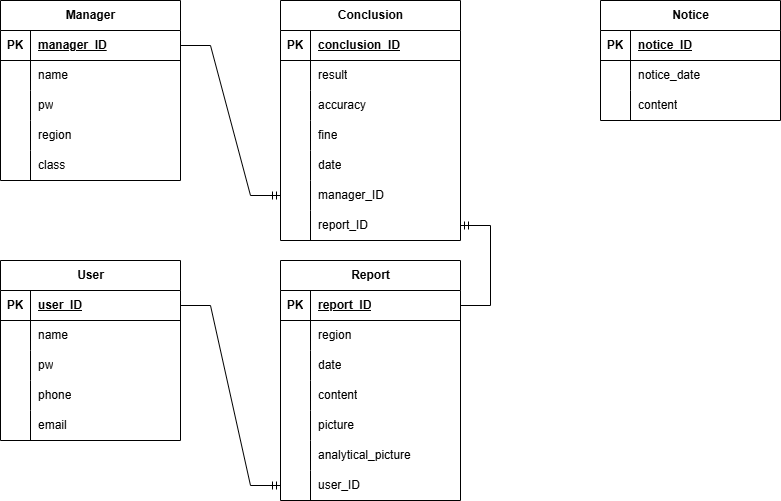
ParkerQH/Kyonggi-Traffic-Solution_Web keeps this draw.io diagram as Kyonggi Traffic Solution.drawio.png. Above is the earlier version. Source tidied: cells renumbered, new cells last; positions are measured from the earlier drawing's top-left corner, leaving out a move shared by most shapes.
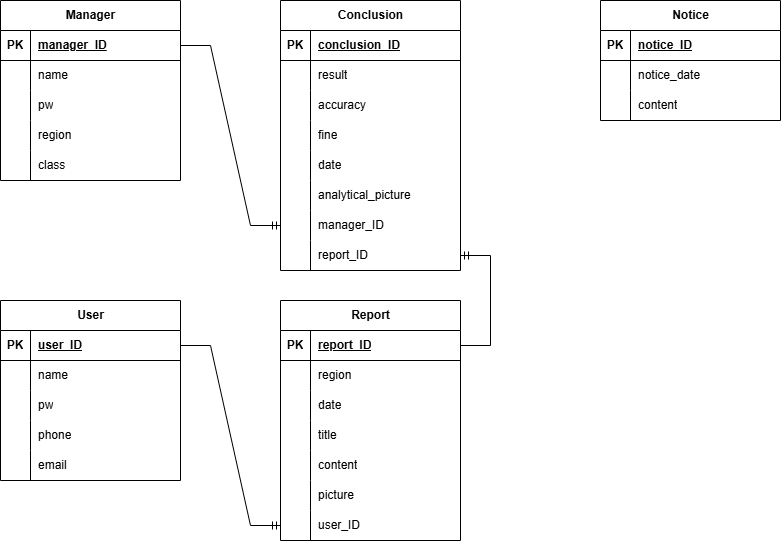
After the commit.

Diff of the diagram source:
```diff
@@ -51,7 +51,7 @@
       <mxGeometry x="30" width="150" height="30" as="geometry" />
     </mxCell>
     <mxCell id="18" value="User" style="shape=table;startSize=30;rowLines=0;fontStyle=1;align=center;html=1;" parent="1" vertex="1">
-      <mxGeometry y="260" width="180" height="180" as="geometry" />
+      <mxGeometry y="300" width="180" height="180" as="geometry" />
     </mxCell>
     <mxCell id="19" style="shape=tableRow;horizontal=0;startSize=0;swimlaneHead=0;swimlaneBody=0;fillColor=none;points=[[0,0.5],[1,0.5]];portConstraint=eastwest;top=0;left=0;right=0;bottom=1;" parent="18" vertex="1">
       <mxGeometry y="30" width="180" height="30" as="geometry" />
@@ -99,7 +99,7 @@
       <mxGeometry x="30" width="150" height="30" as="geometry" />
     </mxCell>
     <mxCell id="34" value="Report" style="shape=table;startSize=30;rowLines=0;fontStyle=1;align=center;html=1;" parent="1" vertex="1">
-      <mxGeometry x="280" y="260" width="180" height="240" as="geometry" />
+      <mxGeometry x="280" y="300" width="180" height="240" as="geometry" />
     </mxCell>
     <mxCell id="35" style="shape=tableRow;horizontal=0;startSize=0;swimlaneHead=0;swimlaneBody=0;fillColor=none;points=[[0,0.5],[1,0.5]];portConstraint=eastwest;top=0;left=0;right=0;bottom=1;" parent="34" vertex="1">
       <mxGeometry y="30" width="180" height="30" as="geometry" />
@@ -128,8 +128,17 @@
     <mxCell id="43" value="date" style="shape=partialRectangle;fillColor=none;top=0;left=0;bottom=0;right=0;align=left;spacingLeft=6;overflow=hidden;whiteSpace=wrap;html=1;" parent="41" vertex="1">
       <mxGeometry x="30" width="150" height="30" as="geometry" />
     </mxCell>
+    <mxCell id="91" style="shape=tableRow;horizontal=0;startSize=0;swimlaneHead=0;swimlaneBody=0;fillColor=none;top=0;left=0;right=0;bottom=0;" parent="34" vertex="1">
+      <mxGeometry y="120" width="180" height="30" as="geometry" />
+    </mxCell>
+    <mxCell id="92" style="shape=partialRectangle;fillColor=none;top=0;left=0;bottom=0;right=0;overflow=hidden;whiteSpace=wrap;html=1;" parent="91" vertex="1">
+      <mxGeometry width="30" height="30" as="geometry" />
+    </mxCell>
+    <mxCell id="93" value="title" style="shape=partialRectangle;fillColor=none;top=0;left=0;bottom=0;right=0;align=left;spacingLeft=6;overflow=hidden;whiteSpace=wrap;html=1;" parent="91" vertex="1">
+      <mxGeometry x="30" width="150" height="30" as="geometry" />
+    </mxCell>
     <mxCell id="44" style="shape=tableRow;horizontal=0;startSize=0;swimlaneHead=0;swimlaneBody=0;fillColor=none;top=0;left=0;right=0;bottom=0;" parent="34" vertex="1">
-      <mxGeometry y="120" width="180" height="30" as="geometry" />
+      <mxGeometry y="150" width="180" height="30" as="geometry" />
     </mxCell>
     <mxCell id="45" style="shape=partialRectangle;fillColor=none;top=0;left=0;bottom=0;right=0;overflow=hidden;whiteSpace=wrap;html=1;" parent="44" vertex="1">
       <mxGeometry width="30" height="30" as="geometry" />
@@ -138,7 +147,7 @@
       <mxGeometry x="30" width="150" height="30" as="geometry" />
     </mxCell>
     <mxCell id="47" style="shape=tableRow;horizontal=0;startSize=0;swimlaneHead=0;swimlaneBody=0;fillColor=none;top=0;left=0;right=0;bottom=0;" parent="34" vertex="1">
-      <mxGeometry y="150" width="180" height="30" as="geometry" />
+      <mxGeometry y="180" width="180" height="30" as="geometry" />
     </mxCell>
     <mxCell id="48" style="shape=partialRectangle;fillColor=none;top=0;left=0;bottom=0;right=0;overflow=hidden;whiteSpace=wrap;html=1;" parent="47" vertex="1">
       <mxGeometry width="30" height="30" as="geometry" />
@@ -146,15 +155,6 @@
     <mxCell id="49" value="picture" style="shape=partialRectangle;fillColor=none;top=0;left=0;bottom=0;right=0;align=left;spacingLeft=6;overflow=hidden;whiteSpace=wrap;html=1;" parent="47" vertex="1">
       <mxGeometry x="30" width="150" height="30" as="geometry" />
     </mxCell>
-    <mxCell id="50" style="shape=tableRow;horizontal=0;startSize=0;swimlaneHead=0;swimlaneBody=0;fillColor=none;top=0;left=0;right=0;bottom=0;" parent="34" vertex="1">
-      <mxGeometry y="180" width="180" height="30" as="geometry" />
-    </mxCell>
-    <mxCell id="51" style="shape=partialRectangle;fillColor=none;top=0;left=0;bottom=0;right=0;overflow=hidden;whiteSpace=wrap;html=1;" parent="50" vertex="1">
-      <mxGeometry width="30" height="30" as="geometry" />
-    </mxCell>
-    <mxCell id="52" value="analytical_picture" style="shape=partialRectangle;fillColor=none;top=0;left=0;bottom=0;right=0;align=left;spacingLeft=6;overflow=hidden;whiteSpace=wrap;html=1;" parent="50" vertex="1">
-      <mxGeometry x="30" width="150" height="30" as="geometry" />
-    </mxCell>
     <mxCell id="53" style="shape=tableRow;horizontal=0;startSize=0;swimlaneHead=0;swimlaneBody=0;fillColor=none;points=[[0,0.5],[1,0.5]];portConstraint=eastwest;top=0;left=0;right=0;bottom=0;" parent="34" vertex="1">
       <mxGeometry y="210" width="180" height="30" as="geometry" />
     </mxCell>
@@ -168,7 +168,7 @@
       <mxGeometry relative="1" as="geometry" />
     </mxCell>
     <mxCell id="57" value="Conclusion" style="shape=table;startSize=30;rowLines=0;fontStyle=1;align=center;html=1;" parent="1" vertex="1">
-      <mxGeometry x="280" width="180" height="240" as="geometry" />
+      <mxGeometry x="280" width="180" height="270" as="geometry" />
     </mxCell>
     <mxCell id="58" style="shape=tableRow;horizontal=0;startSize=0;swimlaneHead=0;swimlaneBody=0;fillColor=none;top=0;left=0;right=0;bottom=1;" parent="57" vertex="1">
       <mxGeometry y="30" width="180" height="30" as="geometry" />
@@ -215,8 +215,17 @@
     <mxCell id="72" value="date" style="shape=partialRectangle;fillColor=none;top=0;left=0;bottom=0;right=0;align=left;spacingLeft=6;overflow=hidden;whiteSpace=wrap;html=1;" parent="70" vertex="1">
       <mxGeometry x="30" width="150" height="30" as="geometry" />
     </mxCell>
+    <mxCell id="50" style="shape=tableRow;horizontal=0;startSize=0;swimlaneHead=0;swimlaneBody=0;fillColor=none;top=0;left=0;right=0;bottom=0;" parent="57" vertex="1">
+      <mxGeometry y="180" width="180" height="30" as="geometry" />
+    </mxCell>
+    <mxCell id="51" style="shape=partialRectangle;fillColor=none;top=0;left=0;bottom=0;right=0;overflow=hidden;whiteSpace=wrap;html=1;" parent="50" vertex="1">
+      <mxGeometry width="30" height="30" as="geometry" />
+    </mxCell>
+    <mxCell id="52" value="analytical_picture" style="shape=partialRectangle;fillColor=none;top=0;left=0;bottom=0;right=0;align=left;spacingLeft=6;overflow=hidden;whiteSpace=wrap;html=1;" parent="50" vertex="1">
+      <mxGeometry x="30" width="150" height="30" as="geometry" />
+    </mxCell>
     <mxCell id="73" style="shape=tableRow;horizontal=0;startSize=0;swimlaneHead=0;swimlaneBody=0;fillColor=none;points=[[0,0.5],[1,0.5]];portConstraint=eastwest;top=0;left=0;right=0;bottom=0;" parent="57" vertex="1">
-      <mxGeometry y="180" width="180" height="30" as="geometry" />
+      <mxGeometry y="210" width="180" height="30" as="geometry" />
     </mxCell>
     <mxCell id="74" style="shape=partialRectangle;fillColor=none;top=0;left=0;bottom=0;right=0;overflow=hidden;whiteSpace=wrap;html=1;" parent="73" vertex="1">
       <mxGeometry width="30" height="30" as="geometry" />
@@ -225,7 +234,7 @@
       <mxGeometry x="30" width="150" height="30" as="geometry" />
     </mxCell>
     <mxCell id="76" style="shape=tableRow;horizontal=0;startSize=0;swimlaneHead=0;swimlaneBody=0;fillColor=none;points=[[0,0.5],[1,0.5]];portConstraint=eastwest;top=0;left=0;right=0;bottom=0;" parent="57" vertex="1">
-      <mxGeometry y="210" width="180" height="30" as="geometry" />
+      <mxGeometry y="240" width="180" height="30" as="geometry" />
     </mxCell>
     <mxCell id="77" style="shape=partialRectangle;fillColor=none;top=0;left=0;bottom=0;right=0;overflow=hidden;whiteSpace=wrap;html=1;" parent="76" vertex="1">
       <mxGeometry width="30" height="30" as="geometry" />
```
